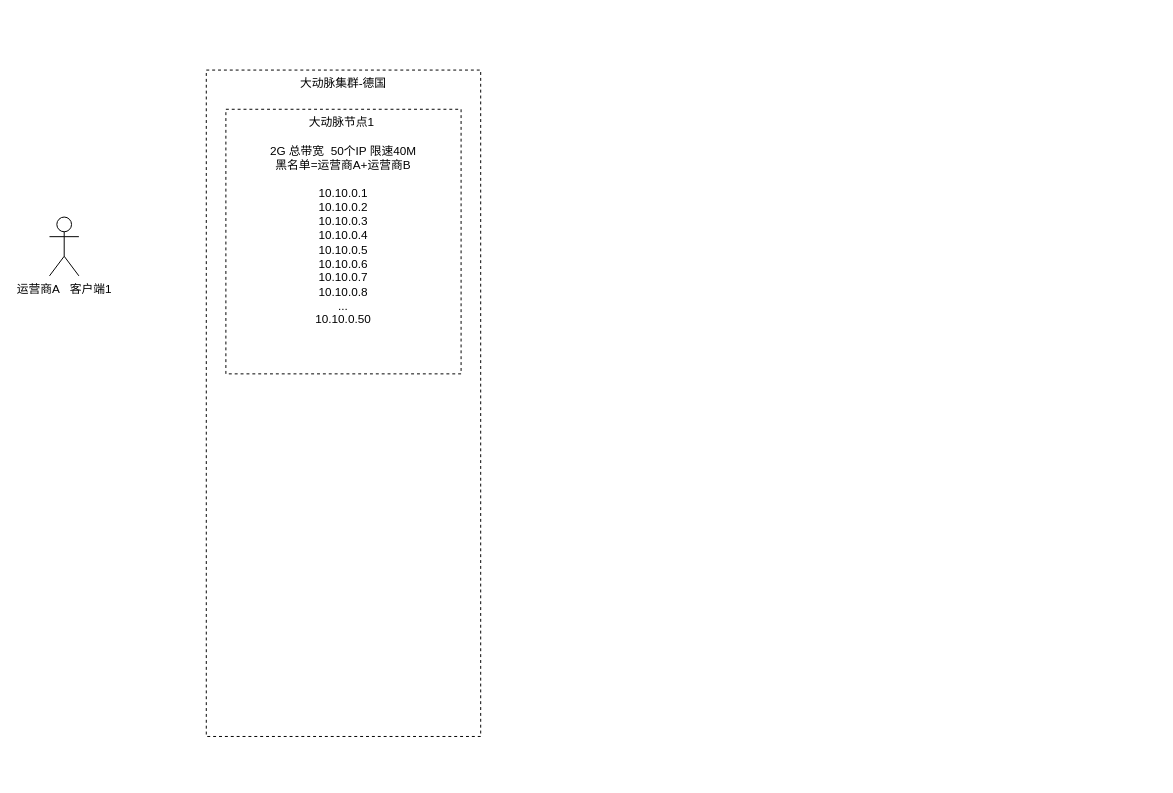
Before: JUMPJUMP规划.drawio in stardicky/drawio, a draw.io diagram. Source tidied: cells renumbered, new cells numbered last; positions are measured from the earlier drawing's top-left corner, leaving out a move shared by most shapes. Both pictures are drawn from the tidied source at 98%, with x=0, y=0 at pixel (49, 70).
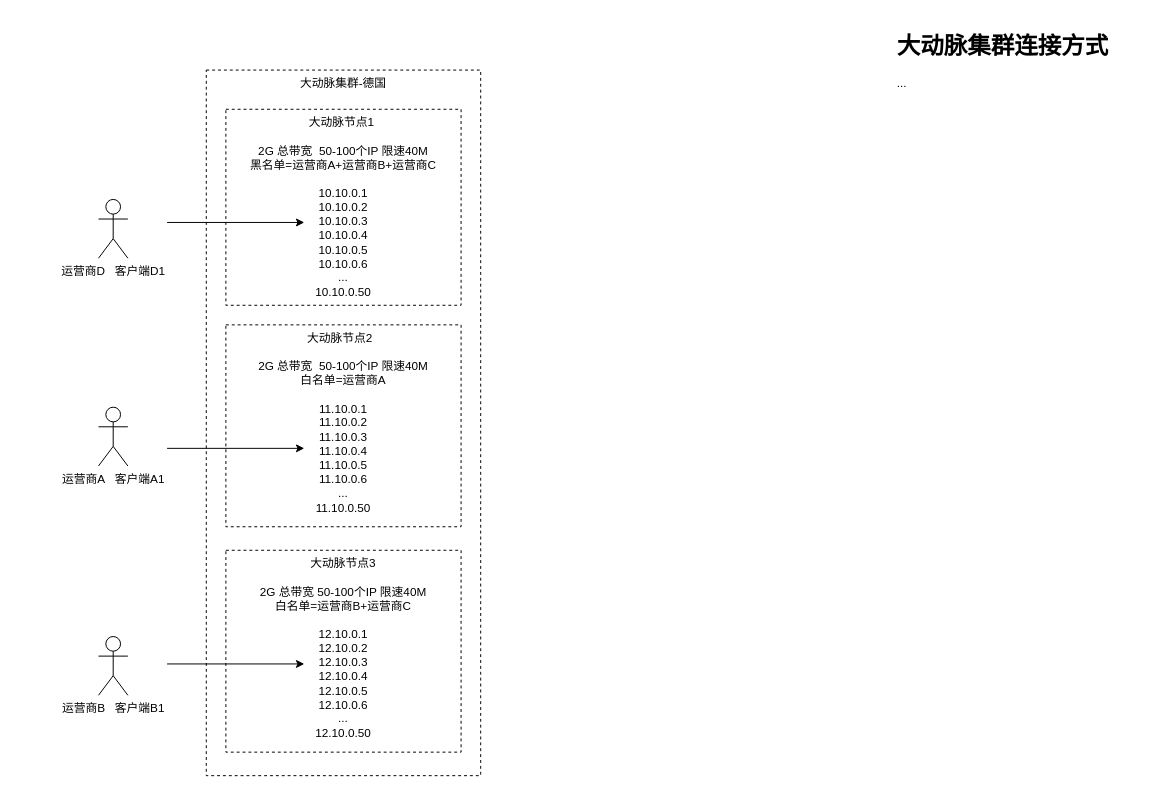
The same page after the edit.

The edit, as a diff of the source:
```diff
@@
 <mxGraphModel>
   <root>
     <mxCell id="0" />
     <mxCell id="1" parent="0" />
     <mxCell id="2" value="大动脉集群-德国" style="rounded=0;whiteSpace=wrap;html=1;verticalAlign=top;fillColor=none;dashed=1;" parent="1" vertex="1">
-      <mxGeometry x="160" width="280" height="680" as="geometry" />
+      <mxGeometry x="160" width="280" height="720" as="geometry" />
     </mxCell>
-    <mxCell id="3" value="运营商A&amp;nbsp; &amp;nbsp;客户端1" style="shape=umlActor;verticalLabelPosition=bottom;verticalAlign=top;html=1;" parent="1" vertex="1">
-      <mxGeometry y="150" width="30" height="60" as="geometry" />
+    <mxCell id="3" value="运营商A&amp;nbsp; &amp;nbsp;客户端A1" style="shape=umlActor;verticalLabelPosition=bottom;verticalAlign=top;html=1;" parent="1" vertex="1">
+      <mxGeometry x="50" y="344" width="30" height="60" as="geometry" />
     </mxCell>
-    <mxCell id="4" value="大动脉节点1&amp;nbsp; &lt;br&gt;&lt;br&gt;2G 总带宽&amp;nbsp; 50个IP 限速40M&lt;br&gt;黑名单=运营商A+运营商B&lt;br&gt;&lt;br&gt;10.10.0.1&lt;br&gt;10.10.0.2&lt;br&gt;10.10.0.3&lt;br&gt;10.10.0.4&lt;br&gt;10.10.0.5&lt;br style=&quot;border-color: var(--border-color);&quot;&gt;10.10.0.6&lt;br style=&quot;border-color: var(--border-color);&quot;&gt;10.10.0.7&lt;br style=&quot;border-color: var(--border-color);&quot;&gt;10.10.0.8&lt;br&gt;...&lt;br style=&quot;border-color: var(--border-color);&quot;&gt;10.10.0.50&lt;br&gt;&amp;nbsp;" style="rounded=0;whiteSpace=wrap;html=1;verticalAlign=top;fillColor=none;dashed=1;" parent="1" vertex="1">
-      <mxGeometry x="180" y="40" width="240" height="270" as="geometry" />
+    <mxCell id="4" value="大动脉节点1&amp;nbsp; &lt;br&gt;&lt;br&gt;2G 总带宽&amp;nbsp; 50-100个IP 限速40M&lt;br&gt;黑名单=运营商A+运营商B+运营商C&lt;br&gt;&lt;br&gt;10.10.0.1&lt;br&gt;10.10.0.2&lt;br&gt;10.10.0.3&lt;br&gt;10.10.0.4&lt;br&gt;10.10.0.5&lt;br style=&quot;border-color: var(--border-color);&quot;&gt;10.10.0.6&lt;br&gt;...&lt;br style=&quot;border-color: var(--border-color);&quot;&gt;10.10.0.50&lt;br&gt;&amp;nbsp;" style="rounded=0;whiteSpace=wrap;html=1;verticalAlign=top;fillColor=none;dashed=1;" parent="1" vertex="1">
+      <mxGeometry x="180" y="40" width="240" height="200" as="geometry" />
     </mxCell>
+    <mxCell id="5" value="大动脉节点2&amp;nbsp;&amp;nbsp;&lt;br&gt;&lt;br&gt;2G 总带宽&amp;nbsp; 50-100个IP 限速40M&lt;br&gt;白名单=运营商A&lt;br&gt;&lt;br&gt;11.10.0.1&lt;br&gt;11.10.0.2&lt;br&gt;11.10.0.3&lt;br&gt;11.10.0.4&lt;br&gt;11.10.0.5&lt;br style=&quot;border-color: var(--border-color);&quot;&gt;11.10.0.6&lt;br&gt;...&lt;br style=&quot;border-color: var(--border-color);&quot;&gt;11.10.0.50&lt;br&gt;&amp;nbsp;" style="rounded=0;whiteSpace=wrap;html=1;verticalAlign=top;fillColor=none;dashed=1;" parent="1" vertex="1">
+      <mxGeometry x="180" y="260" width="240" height="206" as="geometry" />
+    </mxCell>
+    <mxCell id="6" value="大动脉节点3&lt;br&gt;&lt;br&gt;2G 总带宽 50-100个IP 限速40M&lt;br&gt;白名单=运营商B+运营商C&lt;br&gt;&lt;br&gt;12.10.0.1&lt;br&gt;12.10.0.2&lt;br&gt;12.10.0.3&lt;br&gt;12.10.0.4&lt;br&gt;12.10.0.5&lt;br style=&quot;border-color: var(--border-color);&quot;&gt;12.10.0.6&lt;br&gt;...&lt;br style=&quot;border-color: var(--border-color);&quot;&gt;12.10.0.50&lt;br&gt;&amp;nbsp;" style="rounded=0;whiteSpace=wrap;html=1;verticalAlign=top;fillColor=none;dashed=1;" parent="1" vertex="1">
+      <mxGeometry x="180" y="490" width="240" height="206" as="geometry" />
+    </mxCell>
+    <mxCell id="7" value="运营商B&amp;nbsp; &amp;nbsp;客户端B1" style="shape=umlActor;verticalLabelPosition=bottom;verticalAlign=top;html=1;" parent="1" vertex="1">
+      <mxGeometry x="50" y="578" width="30" height="60" as="geometry" />
+    </mxCell>
+    <mxCell id="8" value="运营商D&amp;nbsp; &amp;nbsp;客户端D1" style="shape=umlActor;verticalLabelPosition=bottom;verticalAlign=top;html=1;" parent="1" vertex="1">
+      <mxGeometry x="50" y="132" width="30" height="60" as="geometry" />
+    </mxCell>
+    <mxCell id="9" style="endArrow=classic;html=1;rounded=0;" parent="1" edge="1">
+      <mxGeometry relative="1" as="geometry">
+        <mxPoint x="120" y="155.5" as="sourcePoint" />
+        <mxPoint x="260" y="155.5" as="targetPoint" />
+      </mxGeometry>
+    </mxCell>
+    <mxCell id="10" style="endArrow=classic;html=1;rounded=0;" parent="1" edge="1">
+      <mxGeometry relative="1" as="geometry">
+        <mxPoint x="120" y="386" as="sourcePoint" />
+        <mxPoint x="260" y="386" as="targetPoint" />
+      </mxGeometry>
+    </mxCell>
+    <mxCell id="11" style="endArrow=classic;html=1;rounded=0;" parent="1" edge="1">
+      <mxGeometry relative="1" as="geometry">
+        <mxPoint x="120" y="606" as="sourcePoint" />
+        <mxPoint x="260" y="606" as="targetPoint" />
+      </mxGeometry>
+    </mxCell>
+    <mxCell id="12" value="&lt;h1&gt;大动脉集群连接方式&lt;/h1&gt;&lt;div&gt;...&lt;/div&gt;&lt;p&gt;&lt;/p&gt;" style="text;html=1;strokeColor=none;fillColor=none;spacing=5;spacingTop=-20;whiteSpace=wrap;overflow=hidden;rounded=0;" parent="1" vertex="1">
+      <mxGeometry x="860" y="-44" width="270" height="80" as="geometry" />
+    </mxCell>
   </root>
 </mxGraphModel>
```
